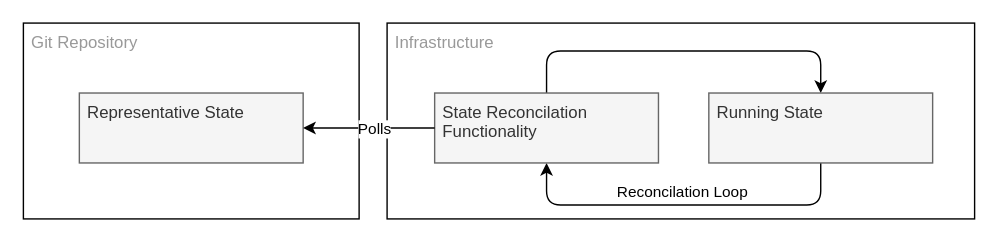
danielloader/kubernetes-sdlc keeps this draw.io diagram as docs/images/gitops-pull.drawio.svg. Above is the earlier version. Source tidied: cells renumbered, new cells last; positions are measured from the earlier drawing's top-left corner, leaving out a move shared by most shapes. The source it was exported from:
```xml
<mxGraphModel background="#FFFFFF">
  <root>
    <mxCell id="0" />
    <mxCell id="1" parent="0" />
    <mxCell id="2" value="Infrastructure" style="rounded=0;whiteSpace=wrap;html=1;verticalAlign=top;align=left;spacingLeft=4;fontColor=#999999;" parent="1" vertex="1">
      <mxGeometry x="260" width="420" height="140" as="geometry" />
    </mxCell>
    <mxCell id="3" value="Git Repository" style="rounded=0;whiteSpace=wrap;html=1;horizontal=1;verticalAlign=top;align=left;spacingLeft=4;fontColor=#999999;" parent="1" vertex="1">
      <mxGeometry width="240" height="140" as="geometry" />
    </mxCell>
    <mxCell id="4" value="Representative State" style="rounded=0;whiteSpace=wrap;html=1;verticalAlign=top;align=left;spacingLeft=4;fillColor=#f5f5f5;strokeColor=#666666;fontColor=#333333;" parent="1" vertex="1">
      <mxGeometry x="40" y="50" width="160" height="50" as="geometry" />
    </mxCell>
    <mxCell id="5" style="edgeStyle=orthogonalEdgeStyle;html=1;entryX=0.5;entryY=1;entryDx=0;entryDy=0;exitX=0.5;exitY=1;exitDx=0;exitDy=0;startArrow=classic;startFill=1;endArrow=none;endFill=0;" parent="1" edge="1" source="8" target="11">
      <mxGeometry relative="1" as="geometry">
        <Array as="points">
          <mxPoint x="374" y="130" />
          <mxPoint x="570" y="130" />
        </Array>
      </mxGeometry>
    </mxCell>
    <mxCell id="6" value="Reconcilation Loop" style="edgeLabel;html=1;align=center;verticalAlign=middle;" parent="5" vertex="1">
      <mxGeometry x="-0.14" y="2" relative="1" as="geometry">
        <mxPoint x="16" y="-8" as="offset" />
      </mxGeometry>
    </mxCell>
    <mxCell id="7" style="edgeStyle=orthogonalEdgeStyle;html=1;entryX=0.5;entryY=0;entryDx=0;entryDy=0;startArrow=none;startFill=0;exitX=0.5;exitY=0;exitDx=0;exitDy=0;" parent="1" edge="1" source="8" target="11">
      <mxGeometry relative="1" as="geometry">
        <Array as="points">
          <mxPoint x="374" y="20" />
          <mxPoint x="570" y="20" />
        </Array>
      </mxGeometry>
    </mxCell>
    <mxCell id="8" value="State Reconcilation Functionality" style="rounded=0;whiteSpace=wrap;html=1;verticalAlign=top;align=left;spacingLeft=4;fillColor=#f5f5f5;fontColor=#333333;strokeColor=#666666;" parent="1" vertex="1">
      <mxGeometry x="294" y="50" width="160" height="50" as="geometry" />
    </mxCell>
    <mxCell id="9" style="edgeStyle=none;html=1;fontColor=#999999;exitX=0;exitY=0.5;exitDx=0;exitDy=0;entryX=1;entryY=0.5;entryDx=0;entryDy=0;" parent="1" edge="1" source="8" target="4">
      <mxGeometry relative="1" as="geometry" />
    </mxCell>
    <mxCell id="10" value="Polls" style="edgeLabel;html=1;align=center;verticalAlign=middle;fontColor=#000000;" parent="9" vertex="1">
      <mxGeometry x="0.01" y="1" relative="1" as="geometry">
        <mxPoint x="3" y="-1" as="offset" />
      </mxGeometry>
    </mxCell>
    <mxCell id="11" value="Running State" style="rounded=0;whiteSpace=wrap;html=1;verticalAlign=top;align=left;spacingLeft=4;fillColor=#f5f5f5;fontColor=#333333;strokeColor=#666666;" parent="1" vertex="1">
      <mxGeometry x="490" y="50" width="160" height="50" as="geometry" />
    </mxCell>
  </root>
</mxGraphModel>
```
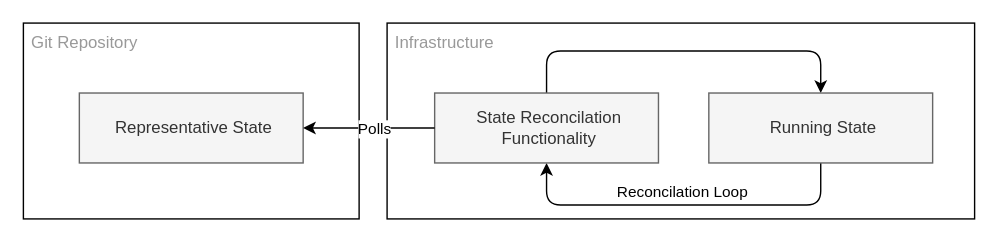
After the commit.

What changed in the source:
```diff
@@ -8,7 +8,7 @@
     <mxCell id="3" value="Git Repository" style="rounded=0;whiteSpace=wrap;html=1;horizontal=1;verticalAlign=top;align=left;spacingLeft=4;fontColor=#999999;" parent="1" vertex="1">
       <mxGeometry width="240" height="140" as="geometry" />
     </mxCell>
-    <mxCell id="4" value="Representative State" style="rounded=0;whiteSpace=wrap;html=1;verticalAlign=top;align=left;spacingLeft=4;fillColor=#f5f5f5;strokeColor=#666666;fontColor=#333333;" parent="1" vertex="1">
+    <mxCell id="4" value="Representative State" style="rounded=0;whiteSpace=wrap;html=1;verticalAlign=middle;align=center;spacingLeft=4;fillColor=#f5f5f5;strokeColor=#666666;fontColor=#333333;" parent="1" vertex="1">
       <mxGeometry x="40" y="50" width="160" height="50" as="geometry" />
     </mxCell>
     <mxCell id="5" style="edgeStyle=orthogonalEdgeStyle;html=1;entryX=0.5;entryY=1;entryDx=0;entryDy=0;exitX=0.5;exitY=1;exitDx=0;exitDy=0;startArrow=classic;startFill=1;endArrow=none;endFill=0;" parent="1" edge="1" source="8" target="11">
@@ -32,7 +32,7 @@
         </Array>
       </mxGeometry>
     </mxCell>
-    <mxCell id="8" value="State Reconcilation Functionality" style="rounded=0;whiteSpace=wrap;html=1;verticalAlign=top;align=left;spacingLeft=4;fillColor=#f5f5f5;fontColor=#333333;strokeColor=#666666;" parent="1" vertex="1">
+    <mxCell id="8" value="State Reconcilation Functionality" style="rounded=0;whiteSpace=wrap;html=1;verticalAlign=middle;align=center;spacingLeft=4;fillColor=#f5f5f5;fontColor=#333333;strokeColor=#666666;" parent="1" vertex="1">
       <mxGeometry x="294" y="50" width="160" height="50" as="geometry" />
     </mxCell>
     <mxCell id="9" style="edgeStyle=none;html=1;fontColor=#999999;exitX=0;exitY=0.5;exitDx=0;exitDy=0;entryX=1;entryY=0.5;entryDx=0;entryDy=0;" parent="1" edge="1" source="8" target="4">
@@ -43,7 +43,7 @@
         <mxPoint x="3" y="-1" as="offset" />
       </mxGeometry>
     </mxCell>
-    <mxCell id="11" value="Running State" style="rounded=0;whiteSpace=wrap;html=1;verticalAlign=top;align=left;spacingLeft=4;fillColor=#f5f5f5;fontColor=#333333;strokeColor=#666666;" parent="1" vertex="1">
+    <mxCell id="11" value="Running State" style="rounded=0;whiteSpace=wrap;html=1;verticalAlign=middle;align=center;spacingLeft=4;fillColor=#f5f5f5;fontColor=#333333;strokeColor=#666666;" parent="1" vertex="1">
       <mxGeometry x="490" y="50" width="160" height="50" as="geometry" />
     </mxCell>
   </root>
```
